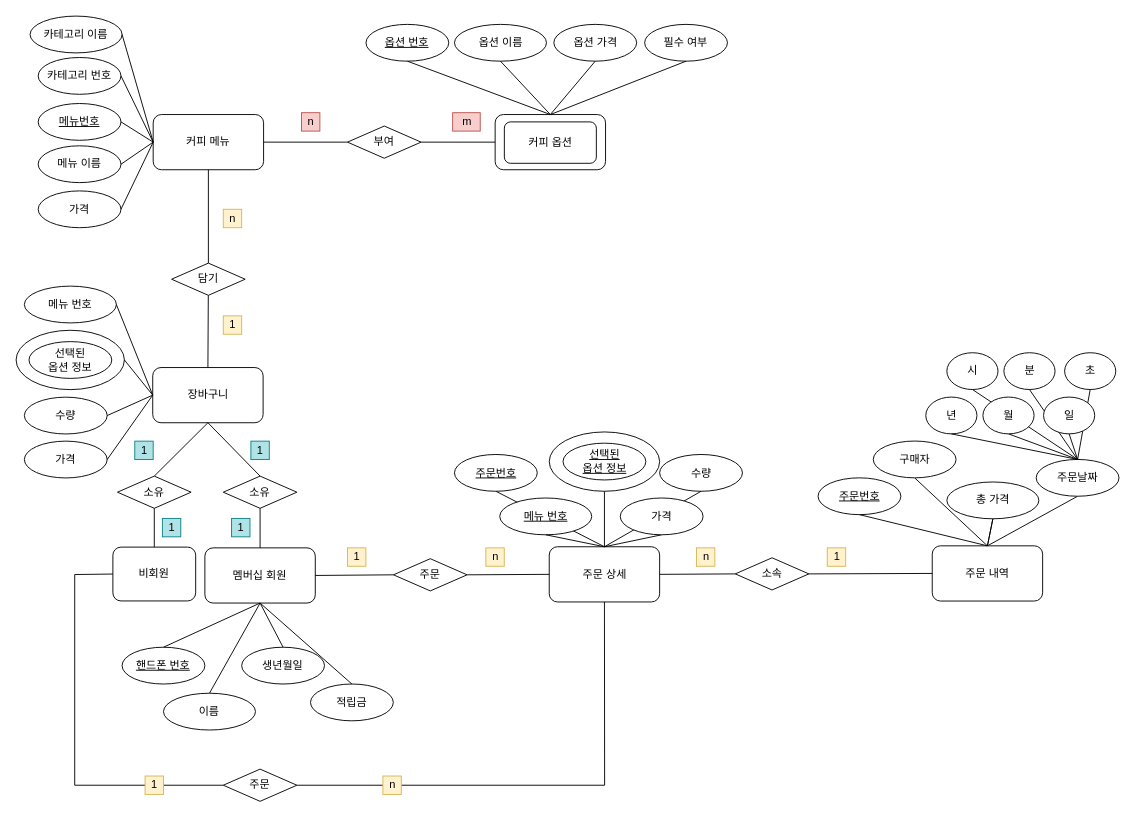
Above: cafe.drawio in jdohun/22-1Database (draw.io), before the change. Source tidied: cells renumbered, new cells numbered last; positions are measured from the earlier drawing's top-left corner, leaving out a move shared by most shapes. Both pictures are drawn from the tidied source at 92%, with x=0, y=0 at pixel (16, 16).
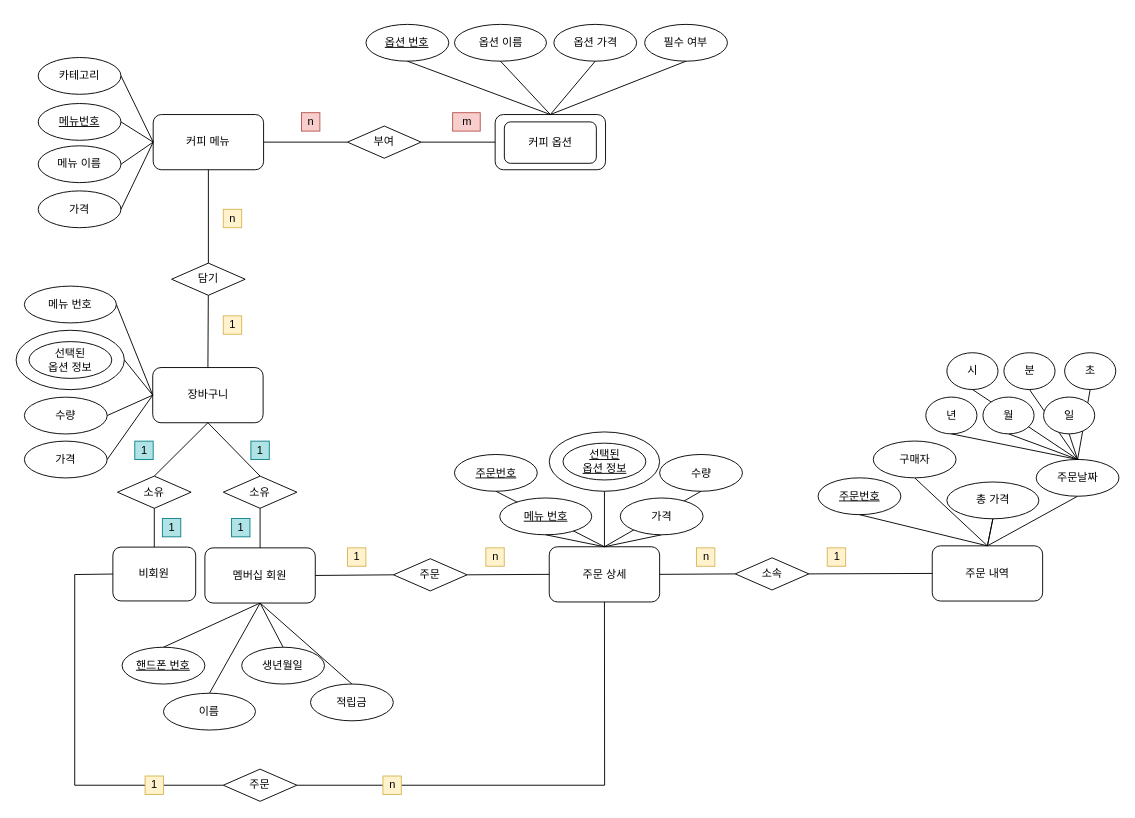
After the change.

The change refers to these unchanged cells:
```xml
<mxCell id="22" value="커피 메뉴" style="rounded=1;whiteSpace=wrap;html=1;" parent="1" vertex="1">
  <mxGeometry x="149" y="107" width="120" height="60" as="geometry" />
</mxCell>
```

What changed in the source:
```diff
@@
-    <mxCell id="6" value="카테고리 이름" style="ellipse;whiteSpace=wrap;html=1;rounded=0;" parent="1" vertex="1">
-      <mxGeometry x="15.2" width="100" height="40" as="geometry" />
-    </mxCell>
@@
-    <mxCell id="23" value="카테고리 번호" style="ellipse;whiteSpace=wrap;html=1;rounded=0;" parent="1" vertex="1">
+    <mxCell id="23" value="카테고리" style="ellipse;whiteSpace=wrap;html=1;rounded=0;" parent="1" vertex="1">
       <mxGeometry x="24" y="45" width="90" height="40" as="geometry" />
     </mxCell>
@@
-    <mxCell id="112" style="endArrow=none;html=1;rounded=0;entryX=1;entryY=0.5;entryDx=0;entryDy=0;exitX=0;exitY=0.5;exitDx=0;exitDy=0;" parent="1" edge="1" source="22" target="6">
-      <mxGeometry relative="1" as="geometry" />
-    </mxCell>
```
